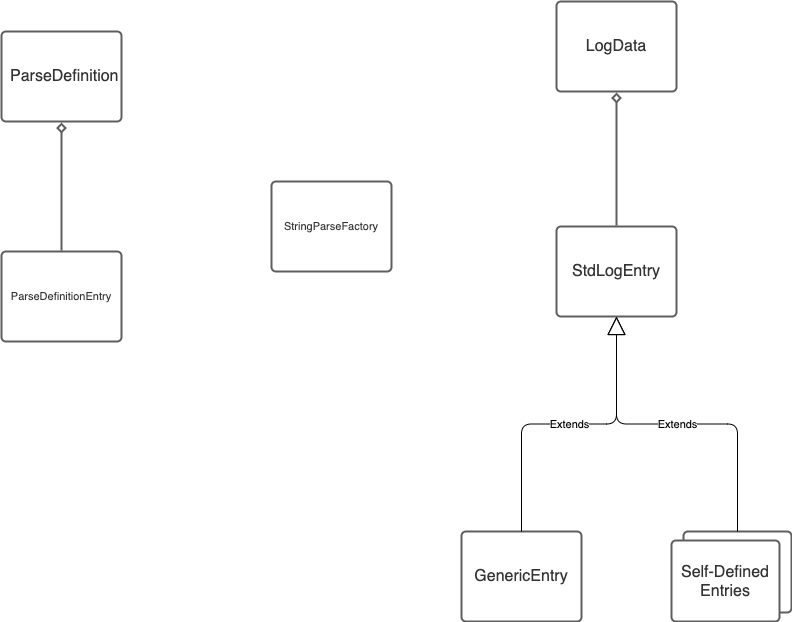
Above: diagrams/Log_Parser-Classes.png in adobe/log-parser (draw.io), before the change. Source tidied: cells renumbered, new cells last; positions are measured from the earlier drawing's top-left corner, leaving out a move shared by most shapes. The source it was exported from:
```xml
<mxGraphModel>
  <root>
    <mxCell id="0" />
    <mxCell id="1" parent="0" />
    <mxCell id="2" value="ParseDefinitionEntry" style="html=1;overflow=block;blockSpacing=1;whiteSpace=wrap;whiteSpace=wrap;fontSize=11;fontColor=#333333;spacing=9;strokeColor=#5e5e5e;strokeOpacity=100;rounded=1;absoluteArcSize=1;arcSize=9;strokeWidth=2;" parent="1" vertex="1">
      <mxGeometry y="250" width="120" height="90" as="geometry" />
    </mxCell>
    <mxCell id="3" value="ParseDefinition" style="html=1;overflow=block;blockSpacing=1;whiteSpace=wrap;whiteSpace=wrap;fontSize=16;fontColor=#333333;spacing=9;strokeColor=#5e5e5e;strokeOpacity=100;rounded=1;absoluteArcSize=1;arcSize=9;strokeWidth=2;" parent="1" vertex="1">
      <mxGeometry y="30" width="120" height="90" as="geometry" />
    </mxCell>
    <mxCell id="4" value="StdLogEntry" style="html=1;overflow=block;blockSpacing=1;whiteSpace=wrap;whiteSpace=wrap;fontSize=16;fontColor=#333333;spacing=9;strokeColor=#5e5e5e;strokeOpacity=100;rounded=1;absoluteArcSize=1;arcSize=9;strokeWidth=2;" parent="1" vertex="1">
      <mxGeometry x="555" y="225" width="120" height="90" as="geometry" />
    </mxCell>
    <mxCell id="5" value="GenericEntry" style="html=1;overflow=block;blockSpacing=1;whiteSpace=wrap;whiteSpace=wrap;fontSize=16;fontColor=#333333;spacing=9;strokeColor=#5e5e5e;strokeOpacity=100;rounded=1;absoluteArcSize=1;arcSize=9;strokeWidth=2;" parent="1" vertex="1">
      <mxGeometry x="460" y="530" width="120" height="90" as="geometry" />
    </mxCell>
    <mxCell id="6" style="html=1;jettySize=18;whiteSpace=wrap;fontSize=11;strokeColor=#5E5E5E;strokeWidth=2;rounded=1;arcSize=12;edgeStyle=orthogonalEdgeStyle;startArrow=diamond;startFill=0;endArrow=none;exitX=0.5;exitY=1.013;exitPerimeter=0;entryX=0.5;entryY=-0.012;entryPerimeter=0;" parent="1" edge="1" source="3" target="2">
      <mxGeometry relative="1" as="geometry" />
    </mxCell>
    <mxCell id="7" style="html=1;overflow=block;blockSpacing=1;whiteSpace=wrap;strokeColor=none;fillColor=none;" parent="1" vertex="1">
      <mxGeometry x="670" y="530" width="120" height="90" as="geometry" />
    </mxCell>
    <mxCell id="8" style="whiteSpace=wrap;fontSize=16;fontColor=#333333;spacing=4;strokeColor=#5e5e5e;strokeOpacity=100;rounded=1;absoluteArcSize=1;arcSize=9;strokeWidth=2;" parent="7" vertex="1">
      <mxGeometry x="12" width="108" height="81" as="geometry" />
    </mxCell>
    <mxCell id="9" value="Self-Defined Entries" style="whiteSpace=wrap;fontSize=16;fontColor=#333333;whiteSpace=wrap;spacing=4;strokeColor=#5e5e5e;strokeOpacity=100;rounded=1;absoluteArcSize=1;arcSize=9;strokeWidth=2;" parent="7" vertex="1">
      <mxGeometry y="9" width="108" height="81" as="geometry" />
    </mxCell>
    <mxCell id="10" value="StringParseFactory" style="html=1;overflow=block;blockSpacing=1;whiteSpace=wrap;whiteSpace=wrap;fontSize=11;fontColor=#333333;spacing=9;strokeColor=#5e5e5e;strokeOpacity=100;rounded=1;absoluteArcSize=1;arcSize=9;strokeWidth=2;" parent="1" vertex="1">
      <mxGeometry x="270" y="180" width="120" height="90" as="geometry" />
    </mxCell>
    <mxCell id="11" value="LogData" style="html=1;overflow=block;blockSpacing=1;whiteSpace=wrap;whiteSpace=wrap;fontSize=16;fontColor=#333333;spacing=9;strokeColor=#5e5e5e;strokeOpacity=100;rounded=1;absoluteArcSize=1;arcSize=9;strokeWidth=2;" parent="1" vertex="1">
      <mxGeometry x="555" width="120" height="90" as="geometry" />
    </mxCell>
    <mxCell id="12" style="html=1;jettySize=18;whiteSpace=wrap;fontSize=11;strokeColor=#5E5E5E;strokeWidth=2;rounded=1;arcSize=12;edgeStyle=orthogonalEdgeStyle;startArrow=diamond;startFill=0;endArrow=none;exitX=0.5;exitY=1.013;exitPerimeter=0;entryX=0.5;entryY=-0.012;entryPerimeter=0;" parent="1" edge="1" source="11" target="4">
      <mxGeometry relative="1" as="geometry" />
    </mxCell>
    <mxCell id="13" value="Extends" style="endArrow=block;endSize=16;endFill=0;html=1;entryX=0.5;entryY=1;entryDx=0;entryDy=0;exitX=0.5;exitY=0;exitDx=0;exitDy=0;edgeStyle=orthogonalEdgeStyle;" parent="1" edge="1" source="5" target="4">
      <mxGeometry relative="1" as="geometry" />
    </mxCell>
    <mxCell id="14" value="Extends" style="endArrow=block;endSize=16;endFill=0;html=1;exitX=0.5;exitY=0;exitDx=0;exitDy=0;edgeStyle=orthogonalEdgeStyle;entryX=0.5;entryY=1;entryDx=0;entryDy=0;" parent="1" edge="1" source="8" target="4">
      <mxGeometry relative="1" as="geometry" />
    </mxCell>
  </root>
</mxGraphModel>
```
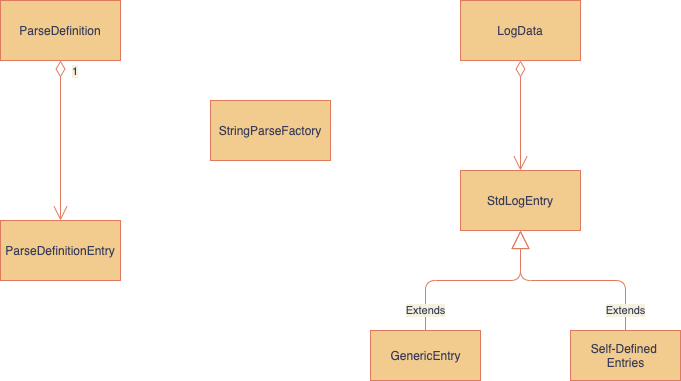
The same diagram one commit later.

Commit message:
Adapted graphs to the draw.io format

The edit, as a diff of the source:
```diff
@@ -1,45 +1,47 @@
-<mxGraphModel>
+<mxGraphModel background="#F4F1DE">
   <root>
     <mxCell id="0" />
     <mxCell id="1" parent="0" />
+    <mxCell id="3" value="ParseDefinition" style="rounded=0;whiteSpace=wrap;html=1;fillColor=#F2CC8F;strokeColor=#E07A5F;fontColor=#393C56;" parent="1" vertex="1">
+      <mxGeometry x="-30" y="-10" width="120" height="60" as="geometry" />
+    </mxCell>
-    <mxCell id="2" value="ParseDefinitionEntry" style="html=1;overflow=block;blockSpacing=1;whiteSpace=wrap;whiteSpace=wrap;fontSize=11;fontColor=#333333;spacing=9;strokeColor=#5e5e5e;strokeOpacity=100;rounded=1;absoluteArcSize=1;arcSize=9;strokeWidth=2;" parent="1" vertex="1">
-      <mxGeometry y="250" width="120" height="90" as="geometry" />
+    <mxCell id="2" value="ParseDefinitionEntry" style="rounded=0;whiteSpace=wrap;html=1;fillColor=#F2CC8F;strokeColor=#E07A5F;fontColor=#393C56;" parent="1" vertex="1">
+      <mxGeometry x="-30" y="210" width="120" height="60" as="geometry" />
     </mxCell>
-    <mxCell id="3" value="ParseDefinition" style="html=1;overflow=block;blockSpacing=1;whiteSpace=wrap;whiteSpace=wrap;fontSize=16;fontColor=#333333;spacing=9;strokeColor=#5e5e5e;strokeOpacity=100;rounded=1;absoluteArcSize=1;arcSize=9;strokeWidth=2;" parent="1" vertex="1">
-      <mxGeometry y="30" width="120" height="90" as="geometry" />
-    </mxCell>
-    <mxCell id="4" value="StdLogEntry" style="html=1;overflow=block;blockSpacing=1;whiteSpace=wrap;whiteSpace=wrap;fontSize=16;fontColor=#333333;spacing=9;strokeColor=#5e5e5e;strokeOpacity=100;rounded=1;absoluteArcSize=1;arcSize=9;strokeWidth=2;" parent="1" vertex="1">
-      <mxGeometry x="555" y="225" width="120" height="90" as="geometry" />
-    </mxCell>
-    <mxCell id="5" value="GenericEntry" style="html=1;overflow=block;blockSpacing=1;whiteSpace=wrap;whiteSpace=wrap;fontSize=16;fontColor=#333333;spacing=9;strokeColor=#5e5e5e;strokeOpacity=100;rounded=1;absoluteArcSize=1;arcSize=9;strokeWidth=2;" parent="1" vertex="1">
-      <mxGeometry x="460" y="530" width="120" height="90" as="geometry" />
-    </mxCell>
-    <mxCell id="6" style="html=1;jettySize=18;whiteSpace=wrap;fontSize=11;strokeColor=#5E5E5E;strokeWidth=2;rounded=1;arcSize=12;edgeStyle=orthogonalEdgeStyle;startArrow=diamond;startFill=0;endArrow=none;exitX=0.5;exitY=1.013;exitPerimeter=0;entryX=0.5;entryY=-0.012;entryPerimeter=0;" parent="1" edge="1" source="3" target="2">
-      <mxGeometry relative="1" as="geometry" />
-    </mxCell>
-    <mxCell id="7" style="html=1;overflow=block;blockSpacing=1;whiteSpace=wrap;strokeColor=none;fillColor=none;" parent="1" vertex="1">
-      <mxGeometry x="670" y="530" width="120" height="90" as="geometry" />
-    </mxCell>
-    <mxCell id="8" style="whiteSpace=wrap;fontSize=16;fontColor=#333333;spacing=4;strokeColor=#5e5e5e;strokeOpacity=100;rounded=1;absoluteArcSize=1;arcSize=9;strokeWidth=2;" parent="7" vertex="1">
-      <mxGeometry x="12" width="108" height="81" as="geometry" />
-    </mxCell>
-    <mxCell id="9" value="Self-Defined Entries" style="whiteSpace=wrap;fontSize=16;fontColor=#333333;whiteSpace=wrap;spacing=4;strokeColor=#5e5e5e;strokeOpacity=100;rounded=1;absoluteArcSize=1;arcSize=9;strokeWidth=2;" parent="7" vertex="1">
-      <mxGeometry y="9" width="108" height="81" as="geometry" />
-    </mxCell>
+    <mxCell id="12" value="1" style="endArrow=open;html=1;endSize=12;startArrow=diamondThin;startSize=14;startFill=0;edgeStyle=orthogonalEdgeStyle;align=left;verticalAlign=bottom;exitX=0.5;exitY=1;exitDx=0;exitDy=0;labelBackgroundColor=#F4F1DE;strokeColor=#E07A5F;fontColor=#393C56;" parent="1" edge="1" source="11" target="4">
+      <mxGeometry x="-1" y="3" relative="1" as="geometry" />
+    </mxCell>
+    <mxCell id="15" value="1" style="endArrow=open;html=1;endSize=12;startArrow=diamondThin;startSize=14;startFill=0;edgeStyle=orthogonalEdgeStyle;align=left;verticalAlign=bottom;entryX=0.5;entryY=0;entryDx=0;entryDy=0;labelBackgroundColor=#F4F1DE;strokeColor=#E07A5F;fontColor=#393C56;" parent="1" edge="1" target="2">
+      <mxGeometry x="-0.75" y="10" relative="1" as="geometry">
+        <mxPoint x="30" y="50" as="sourcePoint" />
+      </mxGeometry>
+    </mxCell>
-    <mxCell id="10" value="StringParseFactory" style="html=1;overflow=block;blockSpacing=1;whiteSpace=wrap;whiteSpace=wrap;fontSize=11;fontColor=#333333;spacing=9;strokeColor=#5e5e5e;strokeOpacity=100;rounded=1;absoluteArcSize=1;arcSize=9;strokeWidth=2;" parent="1" vertex="1">
-      <mxGeometry x="270" y="180" width="120" height="90" as="geometry" />
+    <mxCell id="10" value="StringParseFactory" style="rounded=0;whiteSpace=wrap;html=1;fillColor=#F2CC8F;strokeColor=#E07A5F;fontColor=#393C56;" parent="1" vertex="1">
+      <mxGeometry x="180" y="90" width="120" height="60" as="geometry" />
     </mxCell>
-    <mxCell id="11" value="LogData" style="html=1;overflow=block;blockSpacing=1;whiteSpace=wrap;whiteSpace=wrap;fontSize=16;fontColor=#333333;spacing=9;strokeColor=#5e5e5e;strokeOpacity=100;rounded=1;absoluteArcSize=1;arcSize=9;strokeWidth=2;" parent="1" vertex="1">
-      <mxGeometry x="555" width="120" height="90" as="geometry" />
+    <mxCell id="11" value="LogData" style="rounded=0;whiteSpace=wrap;html=1;fillColor=#F2CC8F;strokeColor=#E07A5F;fontColor=#393C56;" parent="1" vertex="1">
+      <mxGeometry x="430" y="-10" width="120" height="60" as="geometry" />
     </mxCell>
-    <mxCell id="12" style="html=1;jettySize=18;whiteSpace=wrap;fontSize=11;strokeColor=#5E5E5E;strokeWidth=2;rounded=1;arcSize=12;edgeStyle=orthogonalEdgeStyle;startArrow=diamond;startFill=0;endArrow=none;exitX=0.5;exitY=1.013;exitPerimeter=0;entryX=0.5;entryY=-0.012;entryPerimeter=0;" parent="1" edge="1" source="11" target="4">
-      <mxGeometry relative="1" as="geometry" />
-    </mxCell>
-    <mxCell id="13" value="Extends" style="endArrow=block;endSize=16;endFill=0;html=1;entryX=0.5;entryY=1;entryDx=0;entryDy=0;exitX=0.5;exitY=0;exitDx=0;exitDy=0;edgeStyle=orthogonalEdgeStyle;" parent="1" edge="1" source="5" target="4">
-      <mxGeometry relative="1" as="geometry" />
-    </mxCell>
-    <mxCell id="14" value="Extends" style="endArrow=block;endSize=16;endFill=0;html=1;exitX=0.5;exitY=0;exitDx=0;exitDy=0;edgeStyle=orthogonalEdgeStyle;entryX=0.5;entryY=1;entryDx=0;entryDy=0;" parent="1" edge="1" source="8" target="4">
-      <mxGeometry relative="1" as="geometry" />
-    </mxCell>
+    <mxCell id="4" value="StdLogEntry" style="rounded=0;whiteSpace=wrap;html=1;fillColor=#F2CC8F;strokeColor=#E07A5F;fontColor=#393C56;" parent="1" vertex="1">
+      <mxGeometry x="430" y="160" width="120" height="60" as="geometry" />
+    </mxCell>
+    <mxCell id="16" value="Extends" style="endArrow=block;endSize=16;endFill=0;html=1;entryX=0.5;entryY=1;entryDx=0;entryDy=0;exitX=0.5;exitY=0;exitDx=0;exitDy=0;edgeStyle=orthogonalEdgeStyle;labelBackgroundColor=#F4F1DE;strokeColor=#E07A5F;fontColor=#393C56;" parent="1" edge="1" source="9" target="4">
+      <mxGeometry x="-0.8" relative="1" as="geometry" />
+    </mxCell>
+    <mxCell id="5" value="GenericEntry" style="html=1;fillColor=#F2CC8F;strokeColor=#E07A5F;fontColor=#393C56;" parent="1" vertex="1">
+      <mxGeometry x="340" y="320" width="110" height="50" as="geometry" />
+    </mxCell>
+    <mxCell id="9" value="Self-Defined &lt;br&gt;Entries" style="html=1;fillColor=#F2CC8F;strokeColor=#E07A5F;fontColor=#393C56;" parent="1" vertex="1">
+      <mxGeometry x="540" y="320" width="110" height="50" as="geometry" />
+    </mxCell>
+    <mxCell id="17" value="Extends" style="endArrow=block;endSize=16;endFill=0;html=1;exitX=0.5;exitY=0;exitDx=0;exitDy=0;edgeStyle=orthogonalEdgeStyle;labelBackgroundColor=#F4F1DE;strokeColor=#E07A5F;fontColor=#393C56;" parent="1" edge="1" source="5">
+      <mxGeometry x="-0.79" relative="1" as="geometry">
+        <mxPoint x="490" y="220" as="targetPoint" />
+        <Array as="points">
+          <mxPoint x="395" y="270" />
+          <mxPoint x="490" y="270" />
+        </Array>
+      </mxGeometry>
+    </mxCell>
   </root>
 </mxGraphModel>
```
